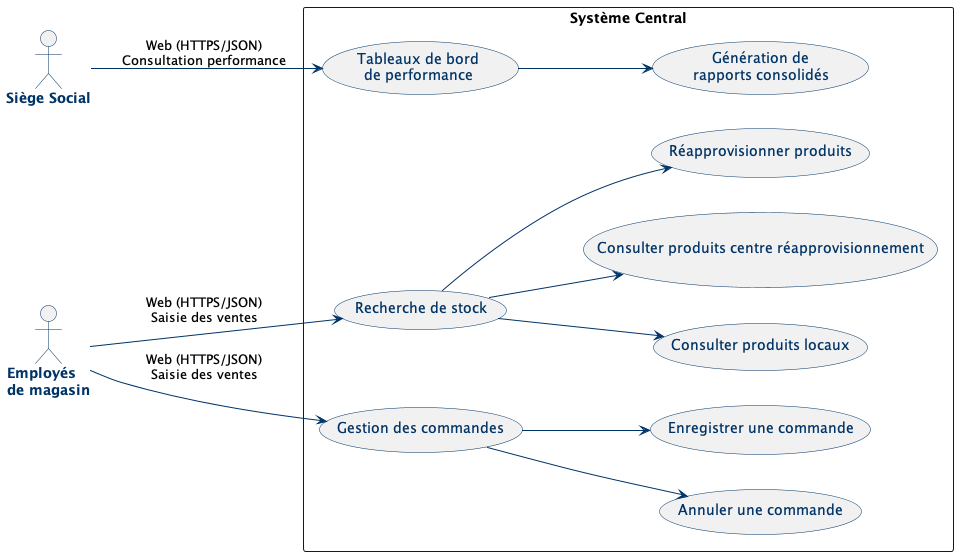
Before: out/documentation/UML/Usecases/ContexteMétier/ContexteMétier.png, a diagram exported from PlantUML (ErwanDerrien/GestionnaireMagasin). Its diagram source:
```plantuml
@startuml ContexteMétier

left to right direction

skinparam {
  BackgroundColor #FFFFFF
  ArrowColor #003366
  ActorBorderColor #003366
  ActorFontStyle bold
  ActorFontColor #003366
  UsecaseBorderColor #003366
  UsecaseFontColor #003366
}

actor "Siège Social" as siege
actor "Employés\nde magasin" as employes

rectangle "Système Central" as system {
  usecase "Recherche de stock" as products
  usecase "Consulter produits locaux" as cp
  usecase "Consulter produits centre réapprovisionnement" as cpr
  usecase "Réapprovisionner produits" as rp
  usecase "Gestion des commandes" as orders
  usecase "Enregistrer une commande" as ec
  usecase "Annuler une commande" as ac
  usecase "Génération de\nrapports consolidés" as rapports
  usecase "Tableaux de bord\nde performance" as dashboard

}

products --> cp
products --> cpr
products --> rp
siege --> dashboard : "Web (HTTPS/JSON)\nConsultation performance"
dashboard --> rapports
employes --> products : "Web (HTTPS/JSON)\nSaisie des ventes"
employes --> orders : "Web (HTTPS/JSON)\nSaisie des ventes"
orders --> ec
orders --> ac

@enduml
```
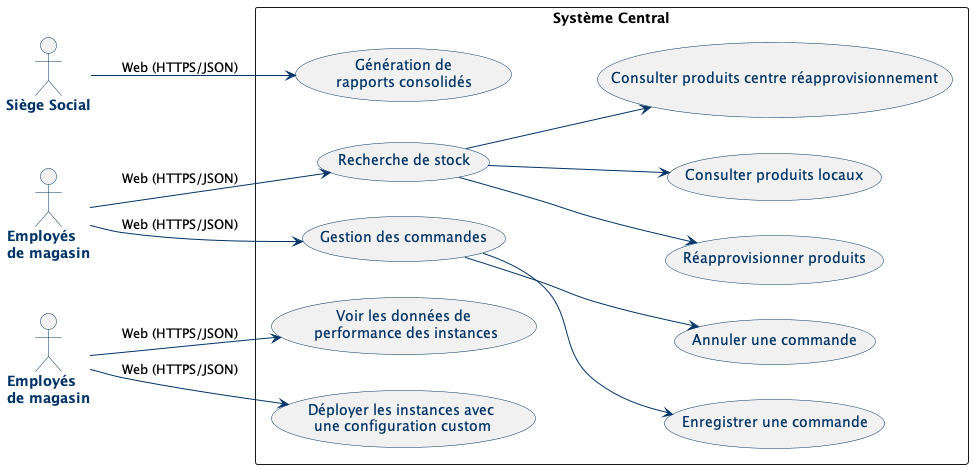
The same file after the commit.

Diff of the diagram source:
```diff
@@ -14,6 +14,7 @@
 
 actor "Siège Social" as siege
 actor "Employés\nde magasin" as employes
+actor "Employés\nde magasin" as admin
 
 rectangle "Système Central" as system {
   usecase "Recherche de stock" as products
@@ -24,18 +25,20 @@
   usecase "Enregistrer une commande" as ec
   usecase "Annuler une commande" as ac
   usecase "Génération de\nrapports consolidés" as rapports
-  usecase "Tableaux de bord\nde performance" as dashboard
+  usecase "Voir les données de\n performance des instances" as stats
+  usecase "Déployer les instances avec\n une configuration custom" as custom
 
 }
 
 products --> cp
 products --> cpr
 products --> rp
-siege --> dashboard : "Web (HTTPS/JSON)\nConsultation performance"
-dashboard --> rapports
-employes --> products : "Web (HTTPS/JSON)\nSaisie des ventes"
-employes --> orders : "Web (HTTPS/JSON)\nSaisie des ventes"
+siege --> rapports : "Web (HTTPS/JSON)"
+employes --> products : "Web (HTTPS/JSON)"
+employes --> orders : "Web (HTTPS/JSON)"
 orders --> ec
 orders --> ac
+admin --> stats : "Web (HTTPS/JSON)"
+admin --> custom : "Web (HTTPS/JSON)"
 
 @enduml
```
